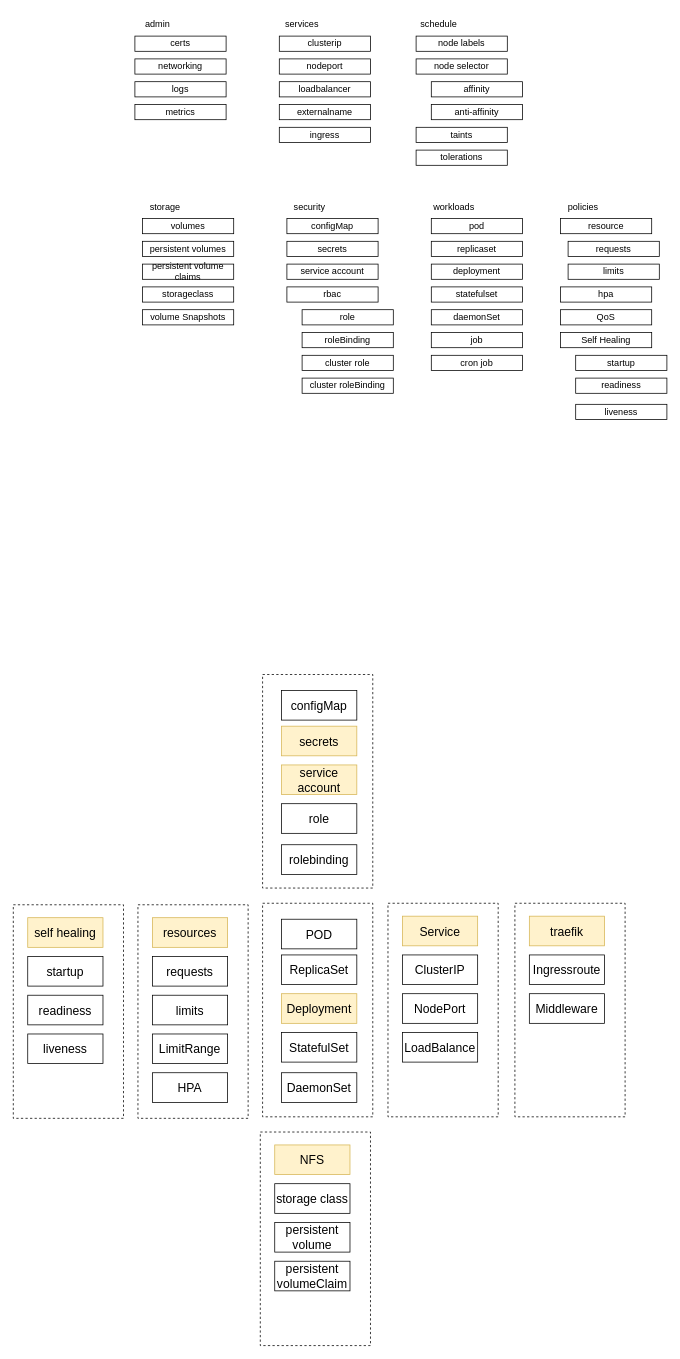
Before: kubernetes/k8s.drawio in julianorib/devops, a draw.io diagram. Source tidied: cells renumbered, new cells numbered last; positions are measured from the earlier drawing's top-left corner, leaving out a move shared by most shapes. Both pictures are drawn from the tidied source at 76%, with x=0, y=0 at pixel (13, 13).
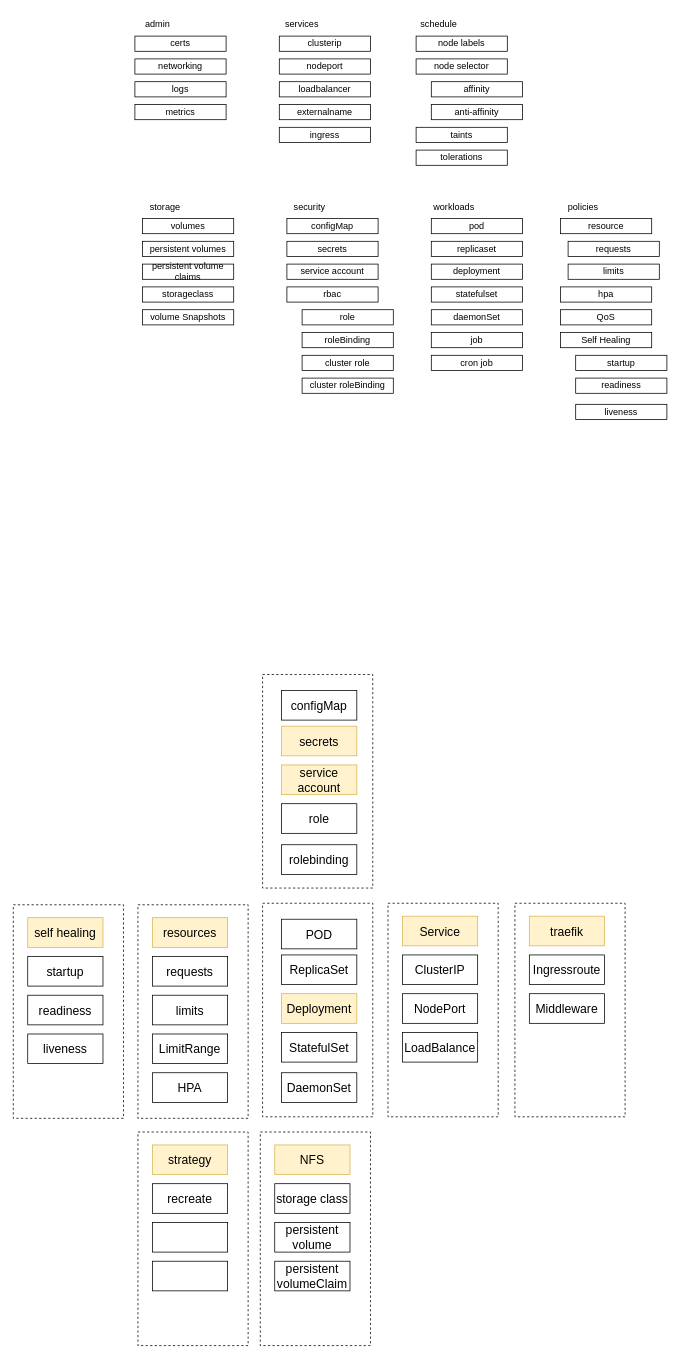
After the change.

Change to the diagram source:
```diff
@@
+    <mxCell id="90" style="rounded=0;whiteSpace=wrap;html=1;fontSize=16;fillColor=none;dashed=1;" parent="1" vertex="1">
+      <mxGeometry x="164" y="1472" width="145" height="281" as="geometry" />
+    </mxCell>
+    <mxCell id="91" style="rounded=0;whiteSpace=wrap;html=1;fontSize=16;" parent="1" vertex="1">
+      <mxGeometry x="183" y="1591" width="99" height="39" as="geometry" />
+    </mxCell>
+    <mxCell id="92" value="recreate" style="rounded=0;whiteSpace=wrap;html=1;fontSize=16;" parent="1" vertex="1">
+      <mxGeometry x="183" y="1540" width="99" height="39" as="geometry" />
+    </mxCell>
+    <mxCell id="93" value="strategy" style="rounded=0;whiteSpace=wrap;html=1;fontSize=16;fillColor=#fff2cc;strokeColor=#d6b656;" parent="1" vertex="1">
+      <mxGeometry x="183" y="1489" width="99" height="39" as="geometry" />
+    </mxCell>
+    <mxCell id="94" style="rounded=0;whiteSpace=wrap;html=1;fontSize=16;" parent="1" vertex="1">
+      <mxGeometry x="183" y="1642" width="99" height="39" as="geometry" />
+    </mxCell>
```
